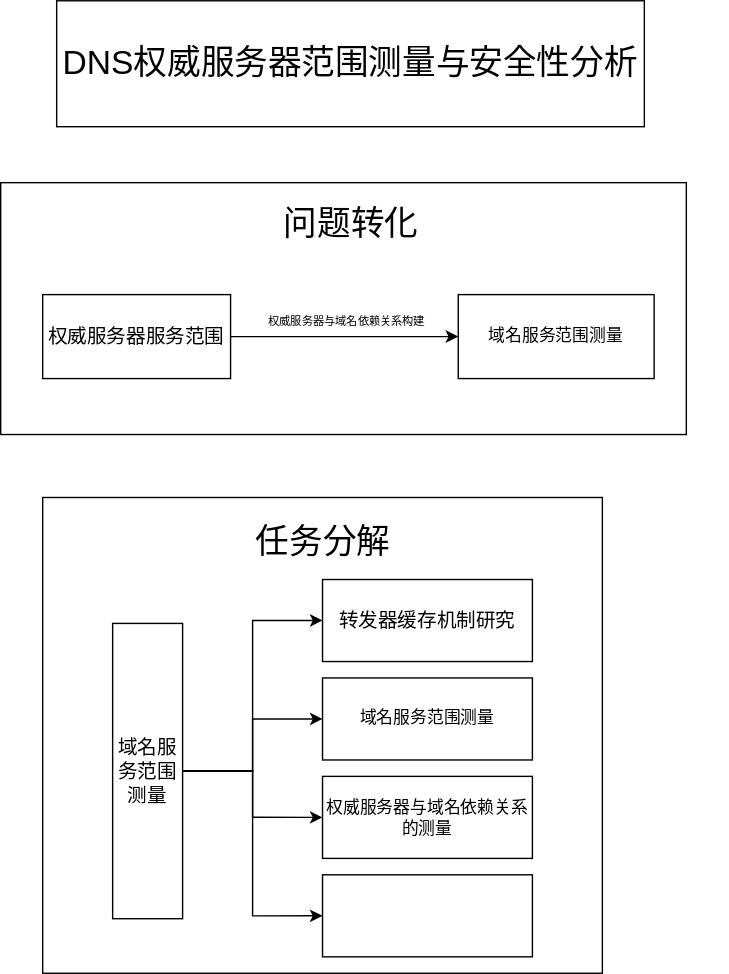
Before: test.svg, a diagram exported from draw.io (pythontha/Forwarder-cache). Source tidied: cells renumbered, new cells last; positions are measured from the earlier drawing's top-left corner, leaving out a move shared by most shapes.
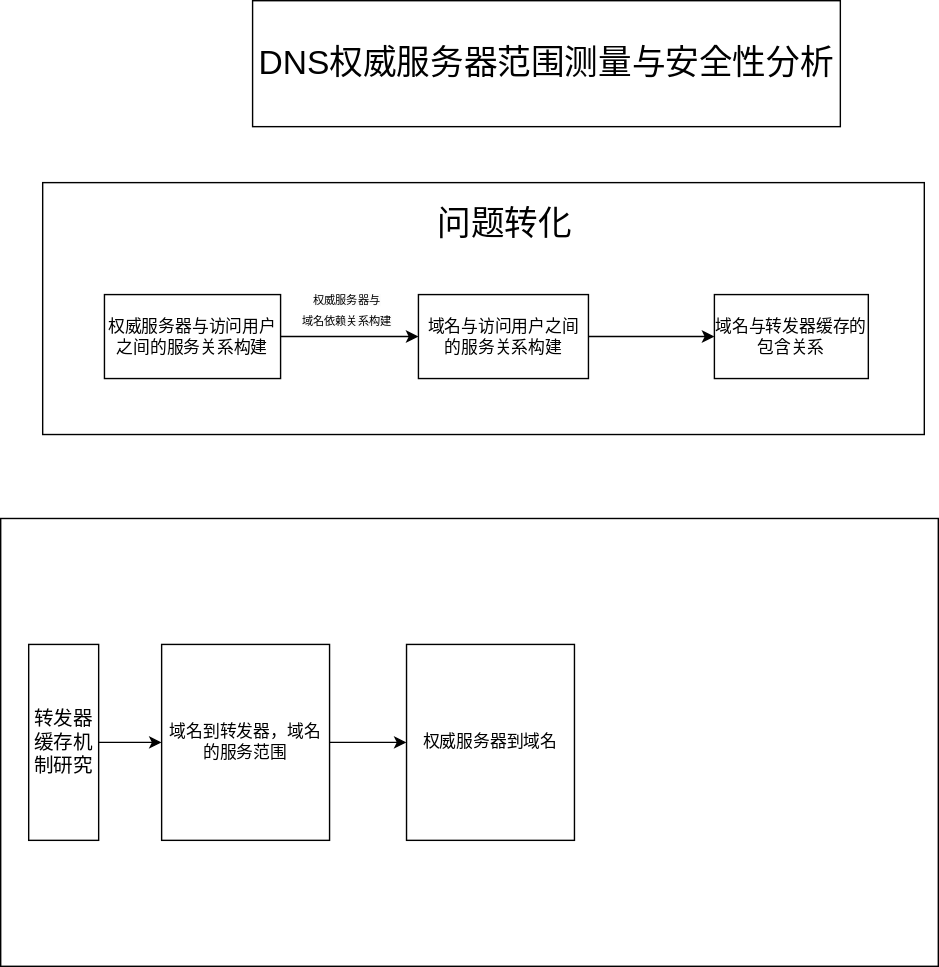
Above is the later version.

Diff of the diagram source:
```diff
@@ -3,64 +3,52 @@
     <mxCell id="0" />
     <mxCell id="1" parent="0" />
     <mxCell id="2" value="&lt;font style=&quot;font-size: 24px;&quot;&gt;DNS权威服务器范围测量与安全性分析&lt;/font&gt;" style="rounded=0;whiteSpace=wrap;html=1;" parent="1" vertex="1">
-      <mxGeometry x="40" width="420" height="90" as="geometry" />
+      <mxGeometry x="160" width="420" height="90" as="geometry" />
     </mxCell>
     <mxCell id="3" style="group;" parent="1" vertex="1">
-      <mxGeometry y="130" width="520" height="180" as="geometry" />
+      <mxGeometry x="10" y="130" width="640" height="180" as="geometry" />
     </mxCell>
     <mxCell id="4" style="rounded=0;whiteSpace=wrap;html=1;" parent="3" vertex="1">
-      <mxGeometry width="490" height="180" as="geometry" />
+      <mxGeometry width="630" height="180" as="geometry" />
     </mxCell>
     <mxCell id="5" value="&lt;font style=&quot;font-size: 24px;&quot;&gt;问题转化&lt;/font&gt;" style="text;html=1;align=center;verticalAlign=middle;strokeColor=none;fillColor=none;" parent="3" vertex="1">
-      <mxGeometry x="190" y="10" width="120" height="40" as="geometry" />
+      <mxGeometry x="270" y="10" width="120" height="40" as="geometry" />
     </mxCell>
-    <mxCell id="6" value="&lt;font style=&quot;font-size: 14px;&quot;&gt;权威服务器服务范围&lt;/font&gt;" style="rounded=0;whiteSpace=wrap;html=1;" parent="3" vertex="1">
-      <mxGeometry x="30" y="80" width="134.3" height="60" as="geometry" />
+    <mxCell id="6" value="&lt;font style=&quot;font-size: 12px;&quot;&gt;权威服务器与访问用户之间的服务关系构建&lt;/font&gt;" style="rounded=0;whiteSpace=wrap;html=1;" parent="3" vertex="1">
+      <mxGeometry x="44.1" y="80" width="125.9" height="60" as="geometry" />
     </mxCell>
-    <mxCell id="7" value="域名服务范围测量" style="whiteSpace=wrap;html=1;rounded=0;" parent="3" vertex="1">
-      <mxGeometry x="327" y="80" width="140" height="60" as="geometry" />
+    <mxCell id="7" value="域名与访问用户之间的服务关系构建" style="whiteSpace=wrap;html=1;rounded=0;" parent="3" vertex="1">
+      <mxGeometry x="268.5" y="80" width="121.5" height="60" as="geometry" />
     </mxCell>
     <mxCell id="8" style="edgeStyle=orthogonalEdgeStyle;rounded=0;jettySize=auto;html=1;" parent="3" edge="1" source="6" target="7">
       <mxGeometry relative="1" as="geometry" />
     </mxCell>
-    <mxCell id="9" value="&#10;&lt;span style=&quot;color: rgb(0, 0, 0); font-family: Helvetica; font-size: 8px; font-style: normal; font-variant-ligatures: normal; font-variant-caps: normal; font-weight: 400; letter-spacing: normal; orphans: 2; text-align: center; text-indent: 0px; text-transform: none; widows: 2; word-spacing: 0px; -webkit-text-stroke-width: 0px; white-space: normal; background-color: rgb(251, 251, 251); text-decoration-thickness: initial; text-decoration-style: initial; text-decoration-color: initial; display: inline !important; float: none;&quot;&gt;权威服务器与域名依赖关系构建&lt;/span&gt;&#10;&#10;" style="text;html=1;align=center;verticalAlign=middle;whiteSpace=wrap;rounded=0;" parent="3" vertex="1">
-      <mxGeometry x="190" y="90" width="115" height="30" as="geometry" />
+    <mxCell id="9" value="&lt;br&gt;&lt;span style=&quot;color: rgb(0, 0, 0); font-family: Helvetica; font-size: 8px; font-style: normal; font-variant-ligatures: normal; font-variant-caps: normal; font-weight: 400; letter-spacing: normal; orphans: 2; text-align: center; text-indent: 0px; text-transform: none; widows: 2; word-spacing: 0px; -webkit-text-stroke-width: 0px; white-space: normal; background-color: rgb(251, 251, 251); text-decoration-thickness: initial; text-decoration-style: initial; text-decoration-color: initial; float: none; display: inline !important;&quot;&gt;权威服务器与&lt;/span&gt;&lt;div&gt;&lt;span style=&quot;color: rgb(0, 0, 0); font-family: Helvetica; font-size: 8px; font-style: normal; font-variant-ligatures: normal; font-variant-caps: normal; font-weight: 400; letter-spacing: normal; orphans: 2; text-align: center; text-indent: 0px; text-transform: none; widows: 2; word-spacing: 0px; -webkit-text-stroke-width: 0px; white-space: normal; background-color: rgb(251, 251, 251); text-decoration-thickness: initial; text-decoration-style: initial; text-decoration-color: initial; float: none; display: inline !important;&quot;&gt;域名依赖关系构建&lt;/span&gt;&lt;br&gt;&lt;br&gt;&lt;/div&gt;" style="text;html=1;align=center;verticalAlign=middle;whiteSpace=wrap;rounded=0;" parent="3" vertex="1">
+      <mxGeometry x="175.4" y="75" width="84.6" height="30" as="geometry" />
     </mxCell>
-    <mxCell id="10" style="group;" parent="1" vertex="1">
-      <mxGeometry x="30" y="355" width="400" height="340" as="geometry" />
-    </mxCell>
-    <mxCell id="11" style="rounded=0;whiteSpace=wrap;html=1;" parent="10" vertex="1">
-      <mxGeometry width="400" height="340" as="geometry" />
-    </mxCell>
-    <mxCell id="12" value="&lt;font style=&quot;font-size: 24px;&quot;&gt;任务分解&lt;/font&gt;" style="text;html=1;align=center;verticalAlign=middle;strokeColor=none;fillColor=none;" parent="10" vertex="1">
-      <mxGeometry x="140" y="11.7" width="120" height="40" as="geometry" />
-    </mxCell>
-    <mxCell id="13" style="edgeStyle=orthogonalEdgeStyle;rounded=0;jettySize=auto;html=1;exitX=1;exitY=0.5;exitDx=0;exitDy=0;entryX=0;entryY=0.5;entryDx=0;entryDy=0;" parent="10" edge="1" source="16" target="19">
-      <mxGeometry relative="1" as="geometry" />
-    </mxCell>
-    <mxCell id="14" style="edgeStyle=orthogonalEdgeStyle;rounded=0;jettySize=auto;html=1;exitX=1;exitY=0.5;exitDx=0;exitDy=0;entryX=0;entryY=0.5;entryDx=0;entryDy=0;" parent="10" edge="1" source="16" target="20">
-      <mxGeometry relative="1" as="geometry" />
-    </mxCell>
-    <mxCell id="15" style="edgeStyle=orthogonalEdgeStyle;rounded=0;jettySize=auto;html=1;exitX=1;exitY=0.5;exitDx=0;exitDy=0;entryX=0;entryY=0.5;entryDx=0;entryDy=0;" parent="10" edge="1" source="16" target="21">
-      <mxGeometry relative="1" as="geometry" />
-    </mxCell>
-    <mxCell id="16" value="&lt;font style=&quot;font-size: 14px;&quot;&gt;域名服务范围测量&lt;/font&gt;" style="rounded=0;whiteSpace=wrap;html=1;" parent="10" vertex="1">
-      <mxGeometry x="50" y="90" width="50" height="211" as="geometry" />
-    </mxCell>
+    <mxCell id="22" value="域名与转发器缓存的包含关系" style="whiteSpace=wrap;html=1;rounded=0;" parent="3" vertex="1">
+      <mxGeometry x="480" y="80" width="110" height="60" as="geometry" />
+    </mxCell>
+    <mxCell id="23" style="edgeStyle=orthogonalEdgeStyle;rounded=0;jettySize=auto;html=1;" parent="3" edge="1" source="7" target="22">
+      <mxGeometry relative="1" as="geometry" />
+    </mxCell>
+    <mxCell id="24" style="rounded=0;whiteSpace=wrap;html=1;" parent="1" vertex="1">
+      <mxGeometry x="-20" y="370" width="670" height="320" as="geometry" />
+    </mxCell>
+    <mxCell id="25" style="edgeStyle=orthogonalEdgeStyle;rounded=0;jettySize=auto;html=1;" parent="1" edge="1" source="17" target="27">
+      <mxGeometry relative="1" as="geometry" />
+    </mxCell>
-    <mxCell id="17" value="&lt;font style=&quot;font-size: 14px;&quot;&gt;转发器缓存机制研究&lt;/font&gt;" style="whiteSpace=wrap;html=1;rounded=0;" parent="10" vertex="1">
-      <mxGeometry x="200" y="58.6" width="150" height="58.6" as="geometry" />
+    <mxCell id="17" value="&lt;font style=&quot;font-size: 14px;&quot;&gt;转发器缓存机制研究&lt;/font&gt;" style="whiteSpace=wrap;html=1;rounded=0;" parent="1" vertex="1">
+      <mxGeometry y="460" width="50" height="140" as="geometry" />
     </mxCell>
-    <mxCell id="18" style="edgeStyle=orthogonalEdgeStyle;rounded=0;jettySize=auto;html=1;" parent="10" edge="1" source="16" target="17">
-      <mxGeometry relative="1" as="geometry" />
-    </mxCell>
-    <mxCell id="19" value="域名服务范围测量" style="whiteSpace=wrap;html=1;rounded=0;" parent="10" vertex="1">
-      <mxGeometry x="200" y="129" width="150" height="58.6" as="geometry" />
-    </mxCell>
-    <mxCell id="20" value="权威服务器与域名依赖关系的测量" style="whiteSpace=wrap;html=1;rounded=0;" parent="10" vertex="1">
-      <mxGeometry x="200" y="199.3" width="150" height="58.6" as="geometry" />
-    </mxCell>
-    <mxCell id="21" style="whiteSpace=wrap;html=1;rounded=0;" parent="10" vertex="1">
-      <mxGeometry x="200" y="269.7" width="150" height="58.6" as="geometry" />
-    </mxCell>
+    <mxCell id="26" style="edgeStyle=orthogonalEdgeStyle;rounded=0;jettySize=auto;html=1;" parent="1" edge="1" source="27" target="28">
+      <mxGeometry relative="1" as="geometry" />
+    </mxCell>
+    <mxCell id="27" value="域名到转发器，域名的服务范围" style="whiteSpace=wrap;html=1;rounded=0;" parent="1" vertex="1">
+      <mxGeometry x="95" y="460" width="120" height="140" as="geometry" />
+    </mxCell>
+    <mxCell id="28" value="权威服务器到域名" style="whiteSpace=wrap;html=1;rounded=0;" parent="1" vertex="1">
+      <mxGeometry x="270" y="460" width="120" height="140" as="geometry" />
+    </mxCell>
   </root>
 </mxGraphModel>
```
